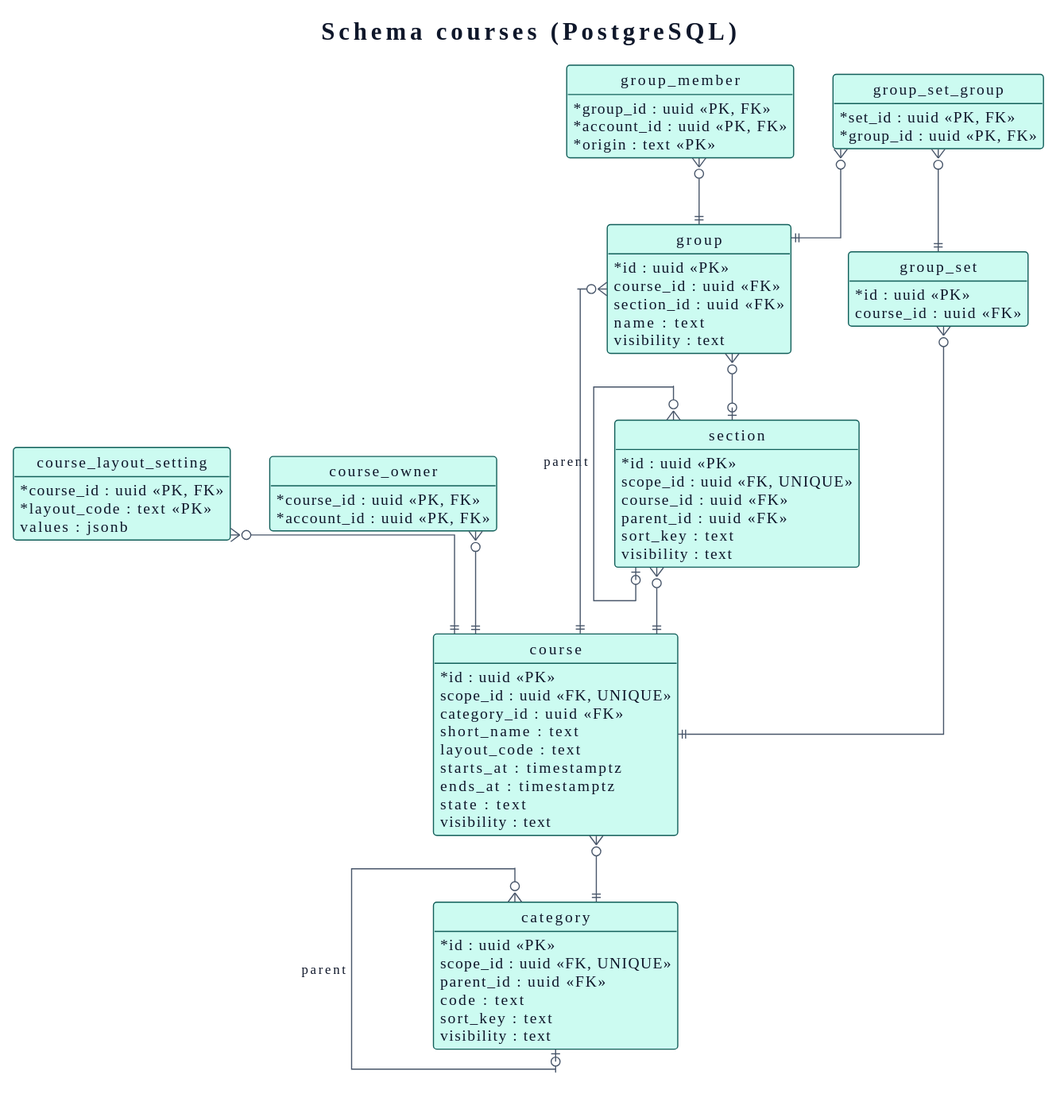
Above: docs/03-design/data-model/courses.svg in didactika/kampus (PlantUML), before the change.
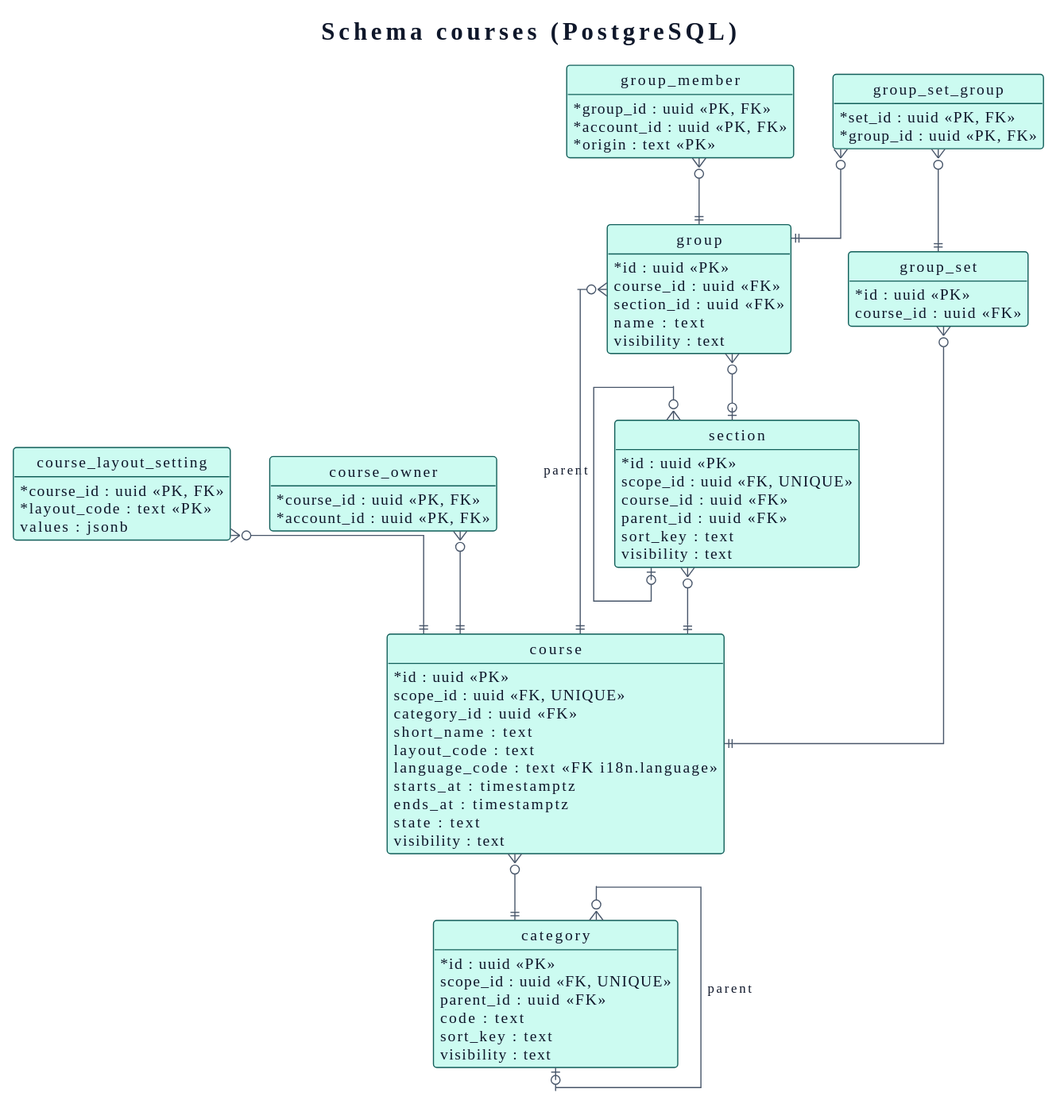
After the commit.

What changed in the source:
```diff
@@ -122,6 +122,7 @@
   category_id : uuid <<FK>>
   short_name : text
   layout_code : text
+  language_code : text <<FK i18n.language>>
   starts_at : timestamptz
   ends_at : timestamptz
   state : text
```
